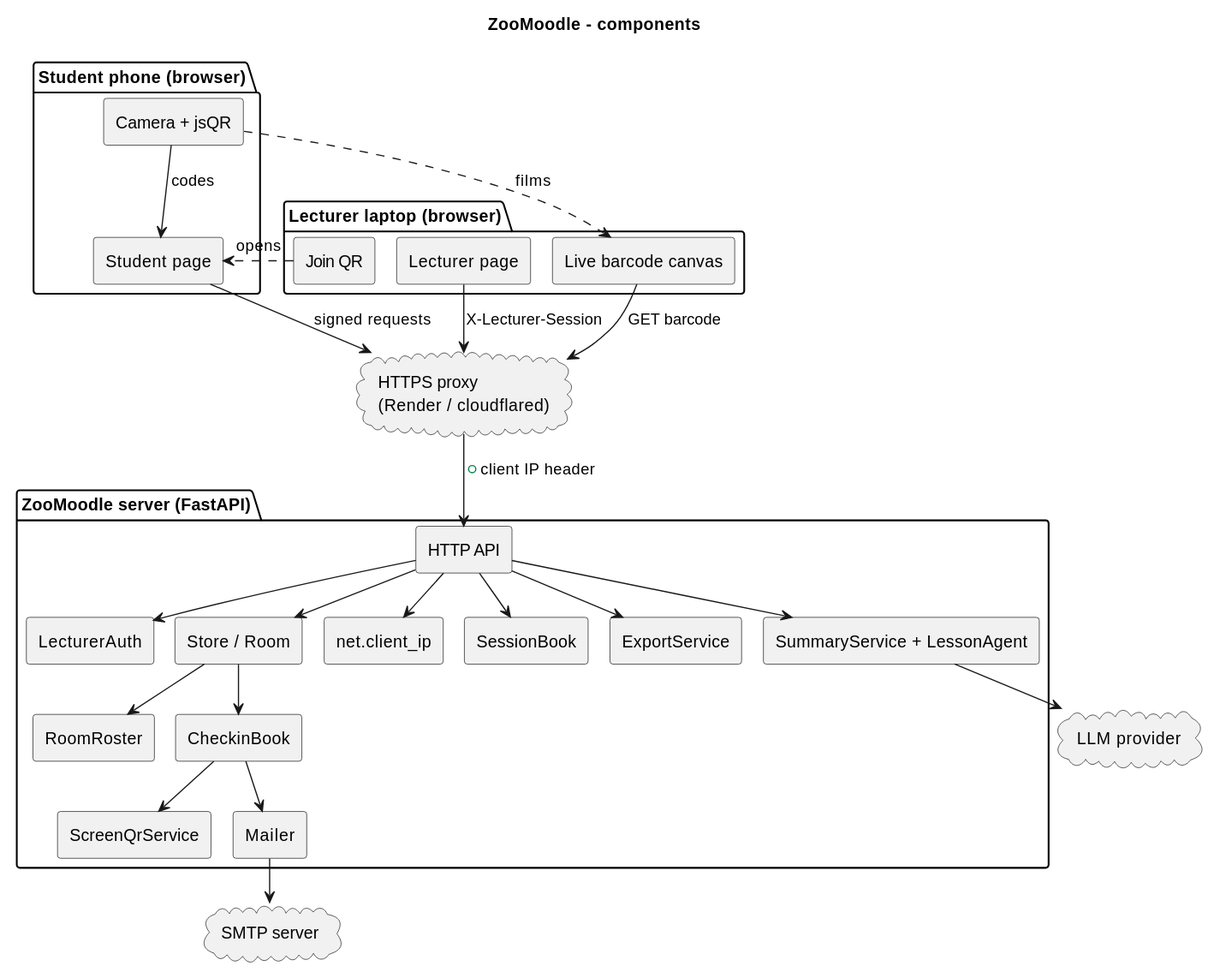
The PlantUML diagram docs/diagrams/components.svg in Haim-Barby/ZooMoodle, before a commit. Source of this version:
```plantuml
@startuml
!pragma layout smetana
title ZooMoodle - components
skinparam componentStyle rectangle

package "Lecturer laptop (browser)" {
  [Lecturer page] as LP
  [Live barcode canvas] as LB
  [Join QR] as JQ
}
package "Student phone (browser)" {
  [Student page] as SP
  [Camera + jsQR] as CAM
}
cloud "HTTPS proxy\n(Render / cloudflared)" as PX
package "ZooMoodle server (FastAPI)" {
  [HTTP API] as API
  [LecturerAuth] as AUTH
  [Store / Room] as ST
  [RoomRoster] as RR
  [CheckinBook] as CB
  [ScreenQrService] as QR
  [net.client_ip] as NET
  [SessionBook] as SB
  [Mailer] as ML
  [ExportService] as EX
  [SummaryService + LessonAgent] as AG
}
cloud "SMTP server" as SMTP
cloud "LLM provider" as LLM

LP --> PX : X-Lecturer-Session
LB --> PX : GET barcode
JQ ..> SP : opens
CAM ..> LB : films
CAM --> SP : codes
SP --> PX : signed requests
PX --> API : + client IP header
API --> AUTH
API --> SB
API --> NET
API --> ST
ST --> RR
ST --> CB
CB --> QR
CB --> ML
ML --> SMTP
API --> EX
API --> AG
AG --> LLM
@enduml
```
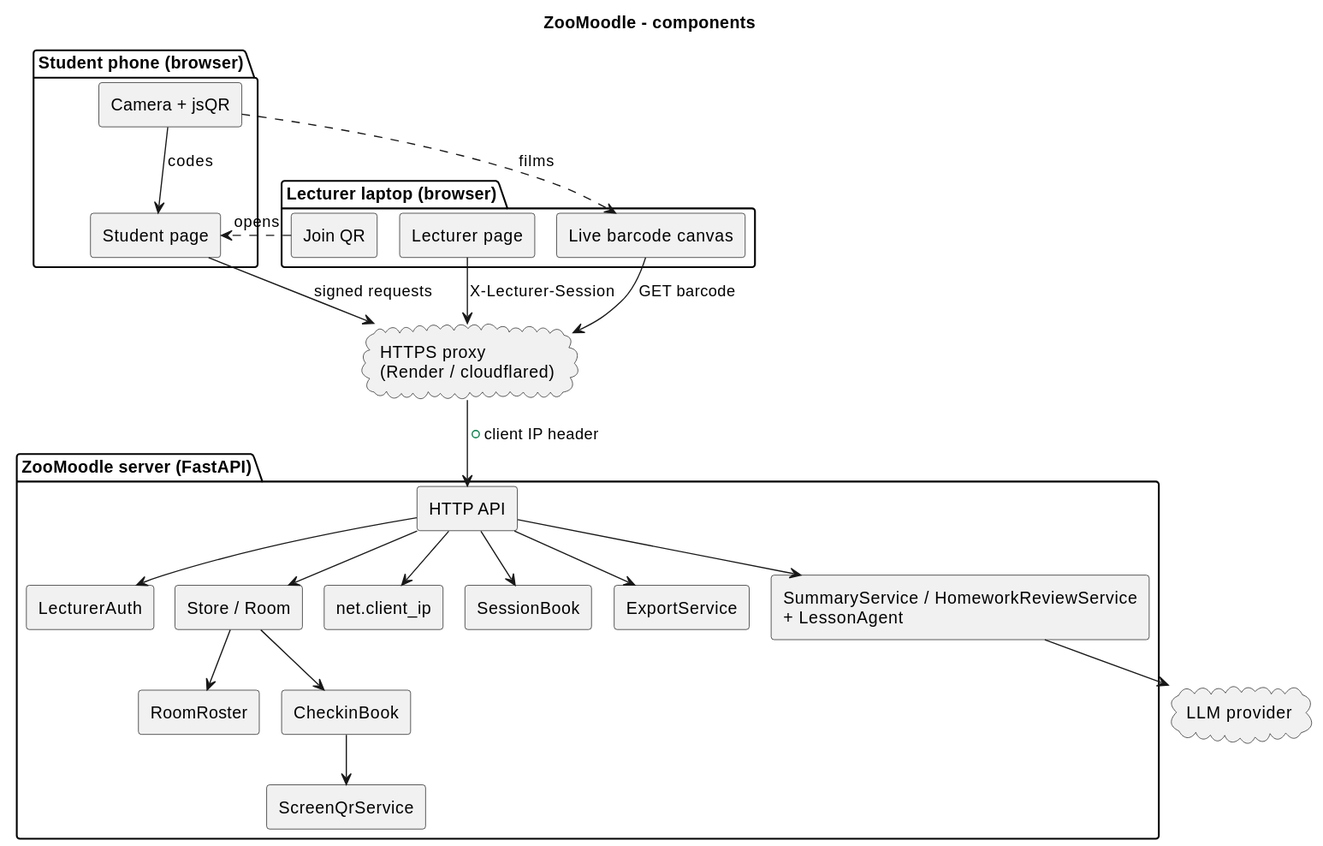
The same file after the commit.

The edit, as a diff of the source:
```diff
@@ -22,11 +22,9 @@
   [ScreenQrService] as QR
   [net.client_ip] as NET
   [SessionBook] as SB
-  [Mailer] as ML
   [ExportService] as EX
-  [SummaryService + LessonAgent] as AG
+  [SummaryService / HomeworkReviewService\n+ LessonAgent] as AG
 }
-cloud "SMTP server" as SMTP
 cloud "LLM provider" as LLM
 
 LP --> PX : X-Lecturer-Session
@@ -43,8 +41,6 @@
 ST --> RR
 ST --> CB
 CB --> QR
-CB --> ML
-ML --> SMTP
 API --> EX
 API --> AG
 AG --> LLM
```
